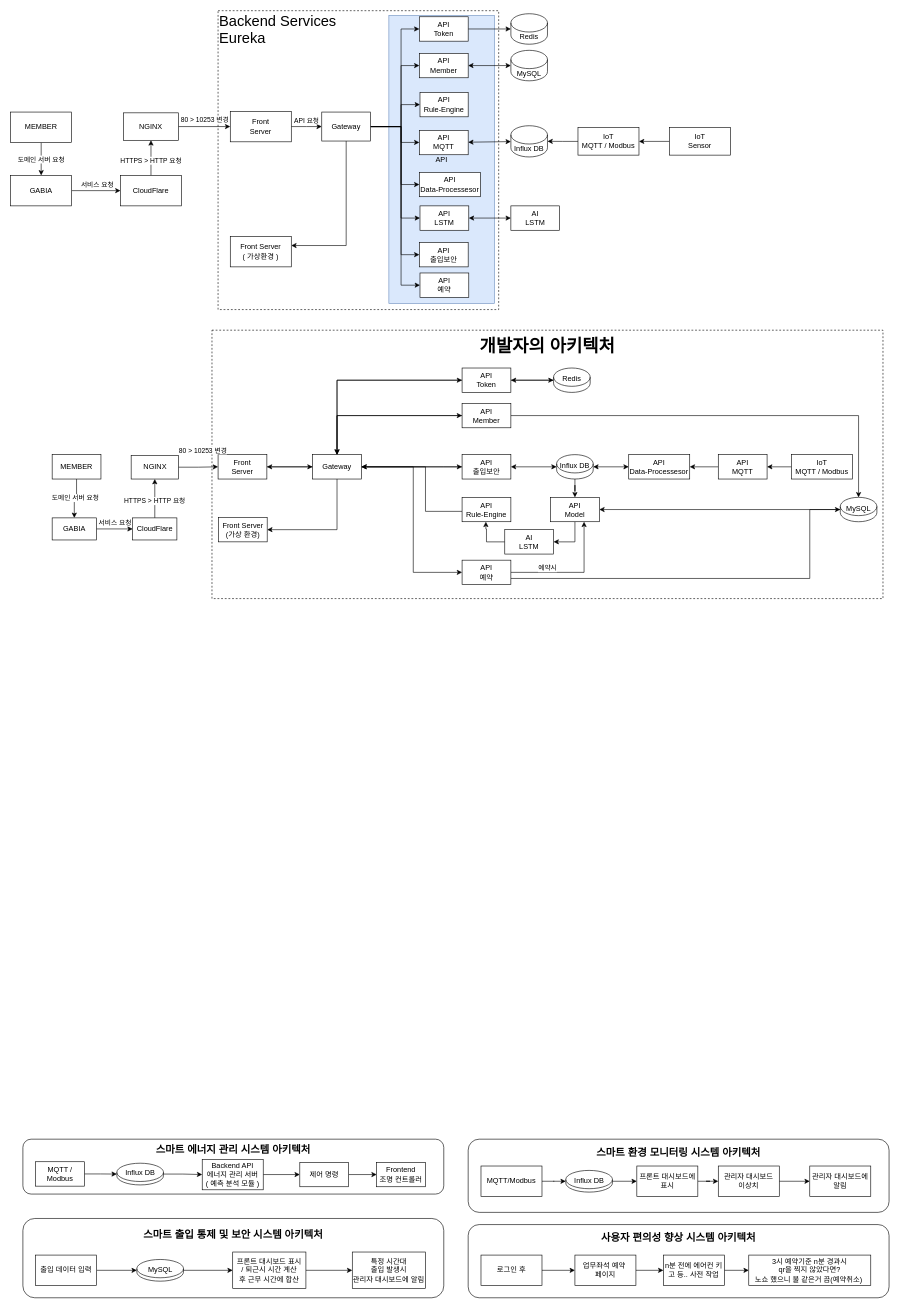
nhnacademy-aiot2-pangyo-coffee-legends/drawio keeps this draw.io diagram as team2-pangyo-coffee-legends.drawio.xml. Above is the earlier version. Source tidied: cells renumbered, new cells numbered last; positions are measured from the earlier drawing's top-left corner, leaving out a move shared by most shapes. Both pictures are drawn from the tidied source at 61%, with x=0, y=0 at pixel (10, 10).
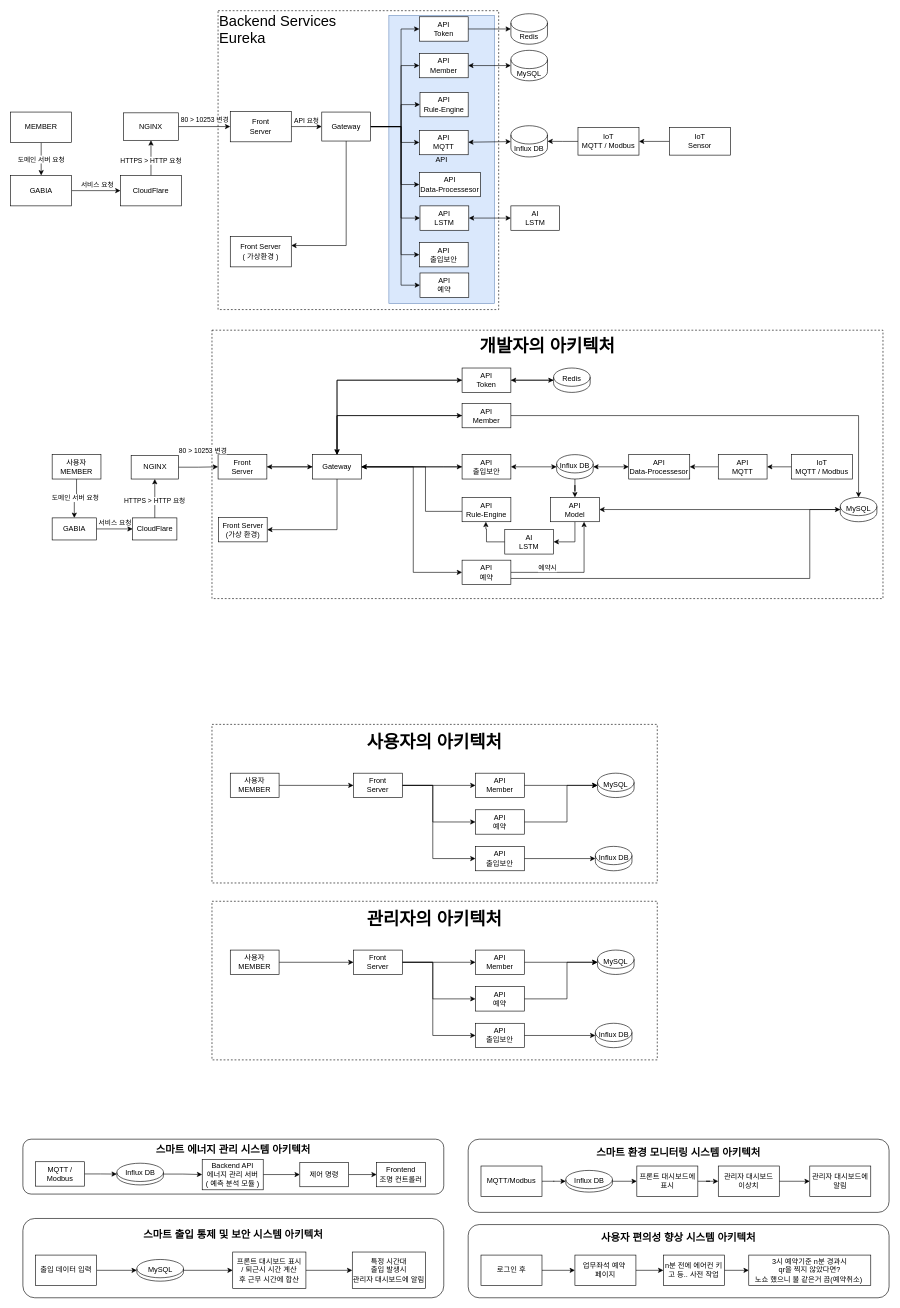
After the change.

Diff of the diagram source:
```diff
@@
+    <mxCell id="140" value="&lt;div style=&quot;&quot;&gt;&lt;b&gt;&lt;font style=&quot;font-size: 29px;&quot;&gt;사용자의 아키텍처&lt;/font&gt;&lt;/b&gt;&lt;/div&gt;&lt;div style=&quot;&quot;&gt;&lt;br&gt;&lt;/div&gt;&lt;div style=&quot;&quot;&gt;&lt;br&gt;&lt;/div&gt;&lt;div style=&quot;&quot;&gt;&lt;br&gt;&lt;/div&gt;&lt;div style=&quot;&quot;&gt;&lt;br&gt;&lt;/div&gt;&lt;div style=&quot;&quot;&gt;&lt;br&gt;&lt;/div&gt;&lt;div style=&quot;&quot;&gt;&lt;br&gt;&lt;/div&gt;&lt;div style=&quot;&quot;&gt;&lt;br&gt;&lt;/div&gt;&lt;div style=&quot;&quot;&gt;&lt;br&gt;&lt;/div&gt;&lt;div style=&quot;&quot;&gt;&lt;br&gt;&lt;/div&gt;&lt;div style=&quot;&quot;&gt;&lt;br&gt;&lt;/div&gt;&lt;div style=&quot;&quot;&gt;&lt;br&gt;&lt;/div&gt;&lt;div style=&quot;&quot;&gt;&lt;br&gt;&lt;/div&gt;&lt;div style=&quot;&quot;&gt;&lt;br&gt;&lt;/div&gt;&lt;div style=&quot;&quot;&gt;&lt;br&gt;&lt;/div&gt;" style="rounded=0;whiteSpace=wrap;html=1;align=center;dashed=1;" parent="1" vertex="1">
+      <mxGeometry x="330" y="1170" width="730" height="260" as="geometry" />
+    </mxCell>
@@
-    <mxCell id="130" value="MEMBER" style="rounded=0;whiteSpace=wrap;html=1;" parent="1" vertex="1">
+    <mxCell id="130" value="&lt;div&gt;사용자&lt;/div&gt;MEMBER" style="rounded=0;whiteSpace=wrap;html=1;" parent="1" vertex="1">
       <mxGeometry x="68" y="727.8" width="80" height="40" as="geometry" />
     </mxCell>
@@
+    <mxCell id="141" style="edgeStyle=orthogonalEdgeStyle;rounded=0;jettySize=auto;html=1;" parent="1" edge="1" source="142" target="146">
+      <mxGeometry relative="1" as="geometry" />
+    </mxCell>
+    <mxCell id="142" value="사용자&lt;div&gt;MEMBER&lt;/div&gt;" style="rounded=0;whiteSpace=wrap;html=1;" parent="1" vertex="1">
+      <mxGeometry x="360" y="1250" width="80" height="40" as="geometry" />
+    </mxCell>
+    <mxCell id="143" style="edgeStyle=orthogonalEdgeStyle;rounded=0;jettySize=auto;html=1;" parent="1" edge="1" source="146" target="152">
+      <mxGeometry relative="1" as="geometry" />
+    </mxCell>
+    <mxCell id="144" style="edgeStyle=orthogonalEdgeStyle;rounded=0;jettySize=auto;html=1;" parent="1" edge="1" source="146" target="148">
+      <mxGeometry relative="1" as="geometry">
+        <Array as="points">
+          <mxPoint x="692" y="1270" />
+          <mxPoint x="692" y="1330" />
+        </Array>
+      </mxGeometry>
+    </mxCell>
+    <mxCell id="145" style="edgeStyle=orthogonalEdgeStyle;rounded=0;jettySize=auto;html=1;" parent="1" edge="1" source="146" target="150">
+      <mxGeometry relative="1" as="geometry">
+        <Array as="points">
+          <mxPoint x="692" y="1270" />
+          <mxPoint x="692" y="1390" />
+        </Array>
+      </mxGeometry>
+    </mxCell>
+    <mxCell id="146" value="Front&lt;br&gt;Server" style="rounded=0;whiteSpace=wrap;html=1;" parent="1" vertex="1">
+      <mxGeometry x="562" y="1250" width="80" height="40" as="geometry" />
+    </mxCell>
+    <mxCell id="147" style="edgeStyle=orthogonalEdgeStyle;rounded=0;jettySize=auto;html=1;" parent="1" edge="1" source="148" target="153">
+      <mxGeometry relative="1" as="geometry">
+        <Array as="points">
+          <mxPoint x="912" y="1330" />
+          <mxPoint x="912" y="1270" />
+        </Array>
+      </mxGeometry>
+    </mxCell>
+    <mxCell id="148" value="API&lt;div&gt;예약&lt;/div&gt;" style="rounded=0;whiteSpace=wrap;html=1;" parent="1" vertex="1">
+      <mxGeometry x="762" y="1310" width="80" height="40" as="geometry" />
+    </mxCell>
+    <mxCell id="149" style="edgeStyle=orthogonalEdgeStyle;rounded=0;jettySize=auto;html=1;" parent="1" edge="1" source="150" target="154">
+      <mxGeometry relative="1" as="geometry" />
+    </mxCell>
+    <mxCell id="150" value="&lt;div&gt;API&lt;/div&gt;출입보안" style="rounded=0;whiteSpace=wrap;html=1;" parent="1" vertex="1">
+      <mxGeometry x="762" y="1370" width="80" height="40" as="geometry" />
+    </mxCell>
+    <mxCell id="151" style="edgeStyle=orthogonalEdgeStyle;rounded=0;jettySize=auto;html=1;" parent="1" edge="1" source="152" target="153">
+      <mxGeometry relative="1" as="geometry" />
+    </mxCell>
+    <mxCell id="152" value="&lt;div&gt;API&lt;/div&gt;Member" style="rounded=0;whiteSpace=wrap;html=1;" parent="1" vertex="1">
+      <mxGeometry x="762" y="1250" width="80" height="40" as="geometry" />
+    </mxCell>
+    <mxCell id="153" value="MySQL&lt;br&gt;&lt;div&gt;&lt;span style=&quot;background-color: transparent; color: light-dark(rgb(0, 0, 0), rgb(255, 255, 255));&quot;&gt;&lt;br&gt;&lt;/span&gt;&lt;/div&gt;&lt;div&gt;&lt;span style=&quot;background-color: transparent; color: light-dark(rgb(0, 0, 0), rgb(255, 255, 255));&quot;&gt;&lt;br&gt;&lt;/span&gt;&lt;/div&gt;" style="shape=cylinder3;whiteSpace=wrap;html=1;boundedLbl=1;backgroundOutline=1;size=15;" parent="1" vertex="1">
+      <mxGeometry x="962" y="1250" width="60" height="40" as="geometry" />
+    </mxCell>
+    <mxCell id="154" value="Influx&amp;nbsp;&lt;span style=&quot;background-color: transparent; color: light-dark(rgb(0, 0, 0), rgb(255, 255, 255));&quot;&gt;DB&lt;/span&gt;&lt;div&gt;&lt;span style=&quot;background-color: transparent; color: light-dark(rgb(0, 0, 0), rgb(255, 255, 255));&quot;&gt;&lt;br&gt;&lt;/span&gt;&lt;/div&gt;&lt;div&gt;&lt;span style=&quot;background-color: transparent; color: light-dark(rgb(0, 0, 0), rgb(255, 255, 255));&quot;&gt;&lt;br&gt;&lt;/span&gt;&lt;/div&gt;" style="shape=cylinder3;whiteSpace=wrap;html=1;boundedLbl=1;backgroundOutline=1;size=15;" parent="1" vertex="1">
+      <mxGeometry x="958.5" y="1370" width="60" height="40" as="geometry" />
+    </mxCell>
+    <mxCell id="155" value="&lt;div style=&quot;&quot;&gt;&lt;b&gt;&lt;font style=&quot;font-size: 29px;&quot;&gt;관리자의 아키텍처&lt;/font&gt;&lt;/b&gt;&lt;/div&gt;&lt;div style=&quot;&quot;&gt;&lt;br&gt;&lt;/div&gt;&lt;div style=&quot;&quot;&gt;&lt;br&gt;&lt;/div&gt;&lt;div style=&quot;&quot;&gt;&lt;br&gt;&lt;/div&gt;&lt;div style=&quot;&quot;&gt;&lt;br&gt;&lt;/div&gt;&lt;div style=&quot;&quot;&gt;&lt;br&gt;&lt;/div&gt;&lt;div style=&quot;&quot;&gt;&lt;br&gt;&lt;/div&gt;&lt;div style=&quot;&quot;&gt;&lt;br&gt;&lt;/div&gt;&lt;div style=&quot;&quot;&gt;&lt;br&gt;&lt;/div&gt;&lt;div style=&quot;&quot;&gt;&lt;br&gt;&lt;/div&gt;&lt;div style=&quot;&quot;&gt;&lt;br&gt;&lt;/div&gt;&lt;div style=&quot;&quot;&gt;&lt;br&gt;&lt;/div&gt;&lt;div style=&quot;&quot;&gt;&lt;br&gt;&lt;/div&gt;&lt;div style=&quot;&quot;&gt;&lt;br&gt;&lt;/div&gt;&lt;div style=&quot;&quot;&gt;&lt;br&gt;&lt;/div&gt;" style="rounded=0;whiteSpace=wrap;html=1;align=center;dashed=1;" parent="1" vertex="1">
+      <mxGeometry x="330" y="1460" width="730" height="260" as="geometry" />
+    </mxCell>
+    <mxCell id="156" style="edgeStyle=orthogonalEdgeStyle;rounded=0;jettySize=auto;html=1;" parent="1" edge="1" source="157" target="161">
+      <mxGeometry relative="1" as="geometry" />
+    </mxCell>
+    <mxCell id="157" value="사용자&lt;div&gt;MEMBER&lt;/div&gt;" style="rounded=0;whiteSpace=wrap;html=1;" parent="1" vertex="1">
+      <mxGeometry x="360" y="1540" width="80" height="40" as="geometry" />
+    </mxCell>
+    <mxCell id="158" style="edgeStyle=orthogonalEdgeStyle;rounded=0;jettySize=auto;html=1;" parent="1" edge="1" source="161" target="167">
+      <mxGeometry relative="1" as="geometry" />
+    </mxCell>
+    <mxCell id="159" style="edgeStyle=orthogonalEdgeStyle;rounded=0;jettySize=auto;html=1;" parent="1" edge="1" source="161" target="163">
+      <mxGeometry relative="1" as="geometry">
+        <Array as="points">
+          <mxPoint x="692" y="1560" />
+          <mxPoint x="692" y="1620" />
+        </Array>
+      </mxGeometry>
+    </mxCell>
+    <mxCell id="160" style="edgeStyle=orthogonalEdgeStyle;rounded=0;jettySize=auto;html=1;" parent="1" edge="1" source="161" target="165">
+      <mxGeometry relative="1" as="geometry">
+        <Array as="points">
+          <mxPoint x="692" y="1560" />
+          <mxPoint x="692" y="1680" />
+        </Array>
+      </mxGeometry>
+    </mxCell>
+    <mxCell id="161" value="Front&lt;br&gt;Server" style="rounded=0;whiteSpace=wrap;html=1;" parent="1" vertex="1">
+      <mxGeometry x="562" y="1540" width="80" height="40" as="geometry" />
+    </mxCell>
+    <mxCell id="162" style="edgeStyle=orthogonalEdgeStyle;rounded=0;jettySize=auto;html=1;" parent="1" edge="1" source="163" target="168">
+      <mxGeometry relative="1" as="geometry">
+        <Array as="points">
+          <mxPoint x="912" y="1620" />
+          <mxPoint x="912" y="1560" />
+        </Array>
+      </mxGeometry>
+    </mxCell>
+    <mxCell id="163" value="API&lt;div&gt;예약&lt;/div&gt;" style="rounded=0;whiteSpace=wrap;html=1;" parent="1" vertex="1">
+      <mxGeometry x="762" y="1600" width="80" height="40" as="geometry" />
+    </mxCell>
+    <mxCell id="164" style="edgeStyle=orthogonalEdgeStyle;rounded=0;jettySize=auto;html=1;" parent="1" edge="1" source="165" target="169">
+      <mxGeometry relative="1" as="geometry" />
+    </mxCell>
+    <mxCell id="165" value="&lt;div&gt;API&lt;/div&gt;출입보안" style="rounded=0;whiteSpace=wrap;html=1;" parent="1" vertex="1">
+      <mxGeometry x="762" y="1660" width="80" height="40" as="geometry" />
+    </mxCell>
+    <mxCell id="166" style="edgeStyle=orthogonalEdgeStyle;rounded=0;jettySize=auto;html=1;" parent="1" edge="1" source="167" target="168">
+      <mxGeometry relative="1" as="geometry" />
+    </mxCell>
+    <mxCell id="167" value="&lt;div&gt;API&lt;/div&gt;Member" style="rounded=0;whiteSpace=wrap;html=1;" parent="1" vertex="1">
+      <mxGeometry x="762" y="1540" width="80" height="40" as="geometry" />
+    </mxCell>
+    <mxCell id="168" value="MySQL&lt;br&gt;&lt;div&gt;&lt;span style=&quot;background-color: transparent; color: light-dark(rgb(0, 0, 0), rgb(255, 255, 255));&quot;&gt;&lt;br&gt;&lt;/span&gt;&lt;/div&gt;&lt;div&gt;&lt;span style=&quot;background-color: transparent; color: light-dark(rgb(0, 0, 0), rgb(255, 255, 255));&quot;&gt;&lt;br&gt;&lt;/span&gt;&lt;/div&gt;" style="shape=cylinder3;whiteSpace=wrap;html=1;boundedLbl=1;backgroundOutline=1;size=15;" parent="1" vertex="1">
+      <mxGeometry x="962" y="1540" width="60" height="40" as="geometry" />
+    </mxCell>
+    <mxCell id="169" value="Influx&amp;nbsp;&lt;span style=&quot;background-color: transparent; color: light-dark(rgb(0, 0, 0), rgb(255, 255, 255));&quot;&gt;DB&lt;/span&gt;&lt;div&gt;&lt;span style=&quot;background-color: transparent; color: light-dark(rgb(0, 0, 0), rgb(255, 255, 255));&quot;&gt;&lt;br&gt;&lt;/span&gt;&lt;/div&gt;&lt;div&gt;&lt;span style=&quot;background-color: transparent; color: light-dark(rgb(0, 0, 0), rgb(255, 255, 255));&quot;&gt;&lt;br&gt;&lt;/span&gt;&lt;/div&gt;" style="shape=cylinder3;whiteSpace=wrap;html=1;boundedLbl=1;backgroundOutline=1;size=15;" parent="1" vertex="1">
+      <mxGeometry x="958.5" y="1660" width="60" height="40" as="geometry" />
+    </mxCell>
```
